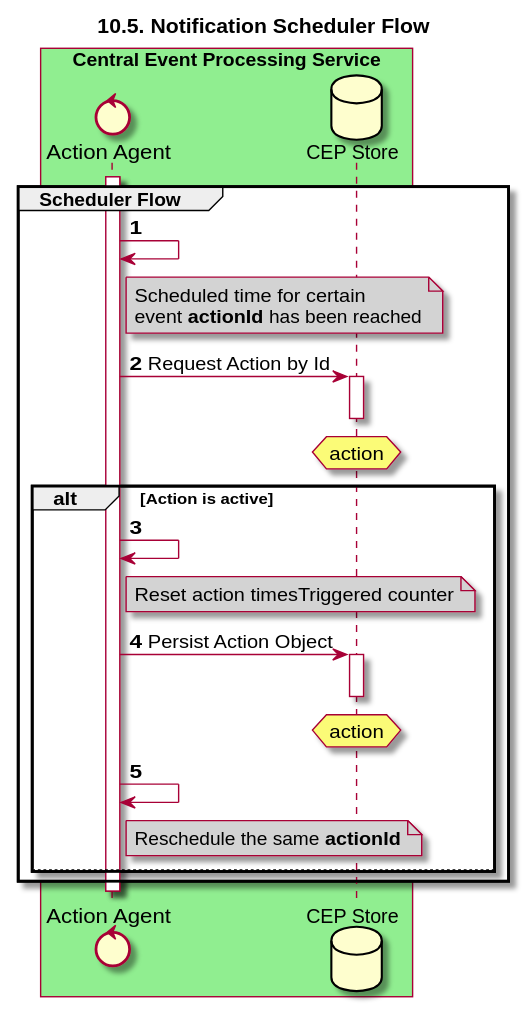
Earlier version of the PlantUML export docs/sequenceDiagrams/seq-cep-10.5-scheduler-flow.svg (mojaloop/central-event-processor). Source of this version:
```plantuml
@startuml
title 10.5. Notification Scheduler Flow
autonumber

control "Action Agent" as AA
database "CEP Store" as DB

box "Central Services" #LightYellow
end box
box "Central Event Processing Service" #LightGreen
participant AA
participant DB
end box

Group Scheduler Flow
    activate AA
    AA -> AA
    note right of AA #lightGrey
    Scheduled time for certain
    event **actionId** has been reached
    end note
    AA -> DB: Request Action by Id
    hnote over DB
        action
    end note
    activate DB
    deactivate DB
    alt Action is active
    AA -> AA
    note right of AA #lightGrey
        Reset action timesTriggered counter
    end note
    AA -> DB: Persist Action Object
    hnote over DB
        action
    end note
    activate DB
    deactivate DB
    AA -> AA
    note right of AA #lightGrey
        Reschedule the same **actionId**
    end note
    else
    end
end
    deactivate AA
@enduml
```
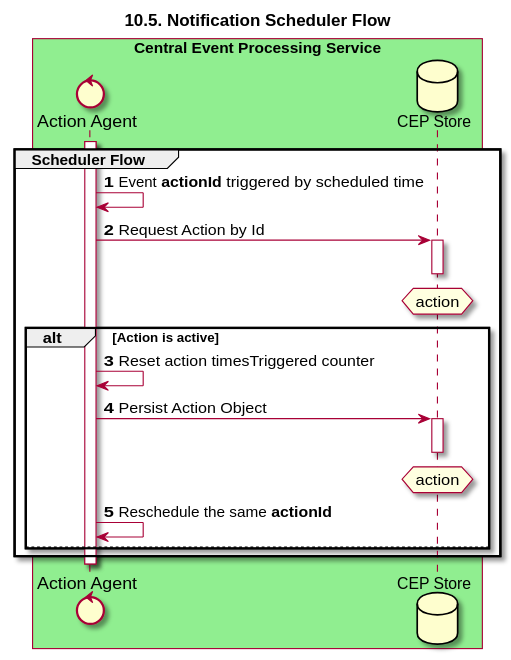
The same diagram one commit later.

Diff of the diagram source:
```diff
@@ -14,32 +14,22 @@
 
 Group Scheduler Flow
     activate AA
-    AA -> AA
-    note right of AA #lightGrey
-    Scheduled time for certain
-    event **actionId** has been reached
-    end note
+    AA -> AA: Event **actionId** triggered by scheduled time
     AA -> DB: Request Action by Id
-    hnote over DB
+    hnote over DB #LightYellow
         action
     end note
     activate DB
     deactivate DB
     alt Action is active
-    AA -> AA
-    note right of AA #lightGrey
-        Reset action timesTriggered counter
-    end note
+    AA -> AA: Reset action timesTriggered counter
     AA -> DB: Persist Action Object
-    hnote over DB
+    hnote over DB #LightYellow
         action
     end note
     activate DB
     deactivate DB
-    AA -> AA
-    note right of AA #lightGrey
-        Reschedule the same **actionId**
-    end note
+    AA -> AA: Reschedule the same **actionId**
     else
     end
 end
```
